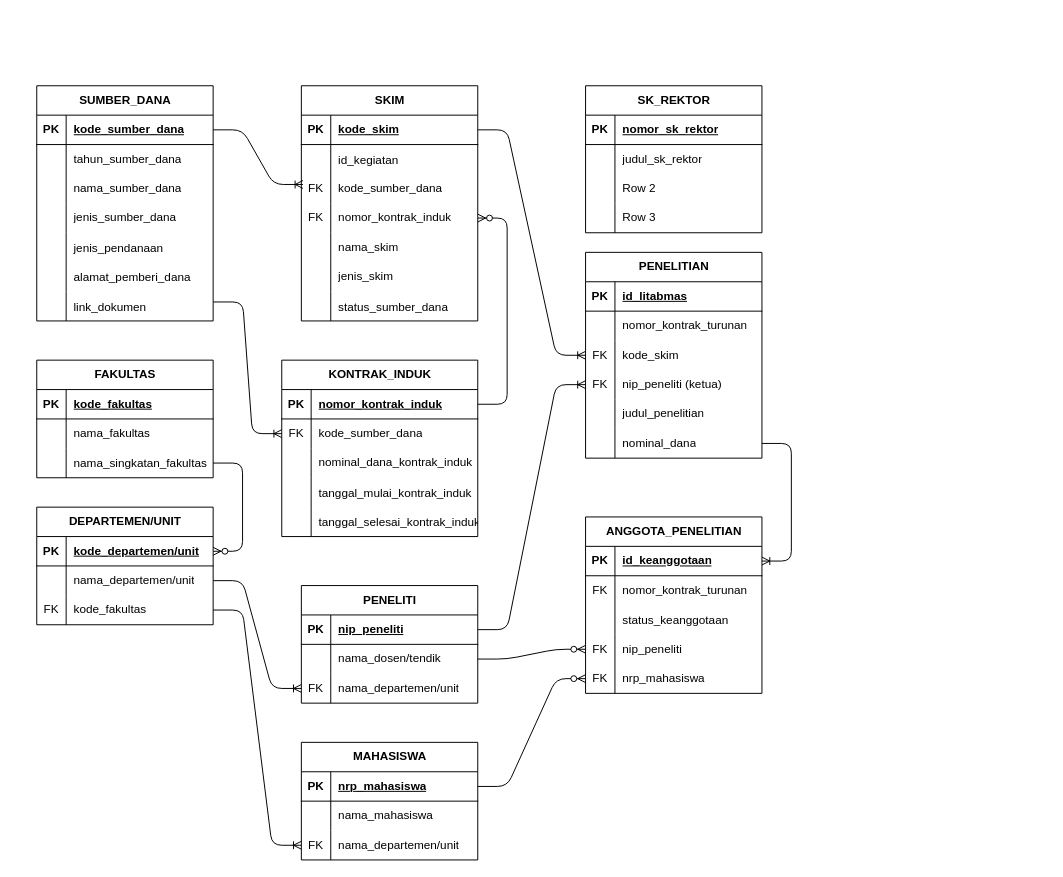
Above: ERD Monitoring Program.drawio in krizal8749-ops/Ideabox (draw.io), before the change. Source tidied: cells renumbered, new cells numbered last; positions are measured from the earlier drawing's top-left corner, leaving out a move shared by most shapes. Both pictures are drawn from the tidied source at 98%, with x=0, y=0 at pixel (36, 85).
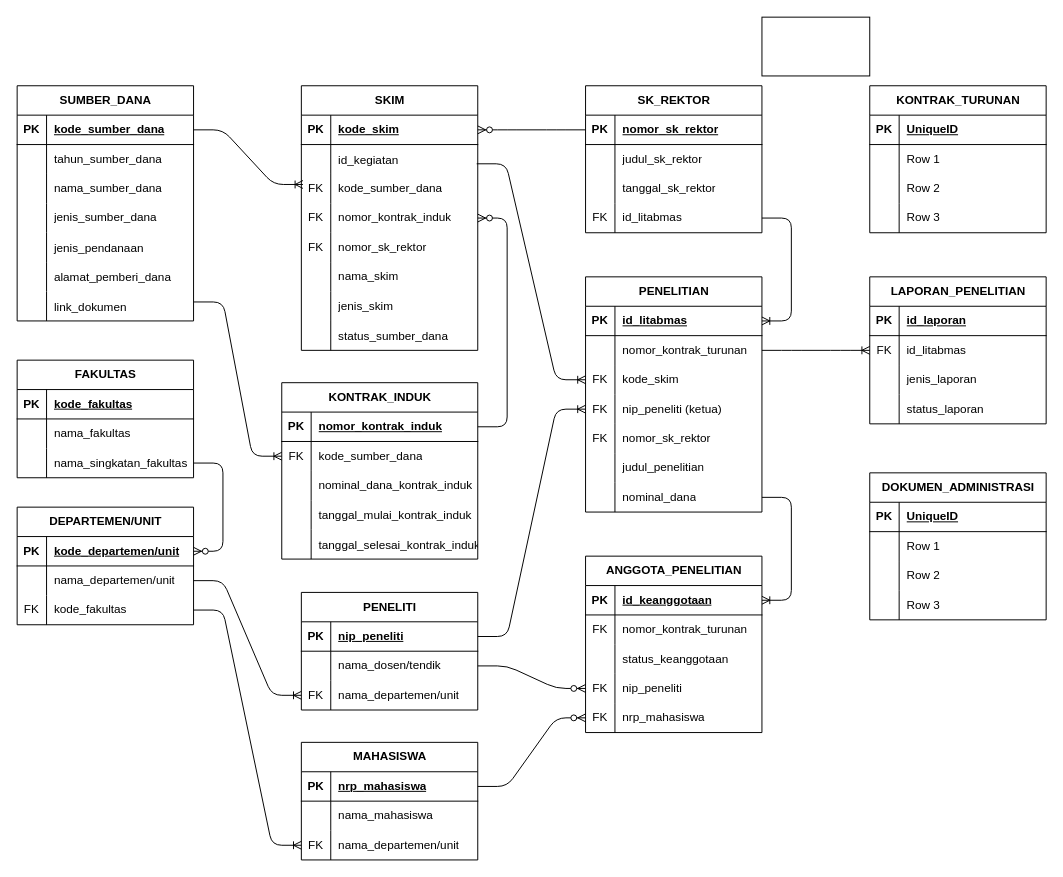
After the change.

Unchanged cells that the change refers to:
```xml
<mxCell id="25" style="shape=tableRow;horizontal=0;startSize=0;swimlaneHead=0;swimlaneBody=0;fillColor=none;points=[[0,0.5],[1,0.5]];portConstraint=eastwest;top=0;left=0;right=0;bottom=1;" parent="24" vertex="1">
  <mxGeometry y="30" width="180" height="30" as="geometry" />
</mxCell>
<mxCell id="28" style="shape=tableRow;horizontal=0;startSize=0;swimlaneHead=0;swimlaneBody=0;fillColor=none;points=[[0,0.5],[1,0.5]];portConstraint=eastwest;top=0;left=0;right=0;bottom=0;" parent="24" vertex="1">
  <mxGeometry y="60" width="180" height="30" as="geometry" />
</mxCell>
<mxCell id="66" style="shape=tableRow;horizontal=0;startSize=0;swimlaneHead=0;swimlaneBody=0;fillColor=none;points=[[0,0.5],[1,0.5]];portConstraint=eastwest;top=0;left=0;right=0;bottom=1;" parent="65" vertex="1">
  <mxGeometry y="30" width="180" height="30" as="geometry" />
</mxCell>
<mxCell id="69" style="shape=tableRow;horizontal=0;startSize=0;swimlaneHead=0;swimlaneBody=0;fillColor=none;points=[[0,0.5],[1,0.5]];portConstraint=eastwest;top=0;left=0;right=0;bottom=0;" parent="65" vertex="1">
  <mxGeometry y="60" width="180" height="30" as="geometry" />
</mxCell>
<mxCell id="72" style="shape=tableRow;horizontal=0;startSize=0;swimlaneHead=0;swimlaneBody=0;fillColor=none;points=[[0,0.5],[1,0.5]];portConstraint=eastwest;top=0;left=0;right=0;bottom=0;" parent="65" vertex="1">
  <mxGeometry y="90" width="180" height="30" as="geometry" />
</mxCell>
<mxCell id="148" value="SK_REKTOR" style="shape=table;startSize=30;childLayout=tableLayout;rowLines=0;fontStyle=1;align=center;html=1;" parent="1" vertex="1">
  <mxGeometry x="560" width="180" height="150" as="geometry" />
</mxCell>
<mxCell id="149" style="shape=tableRow;horizontal=0;startSize=0;swimlaneHead=0;swimlaneBody=0;fillColor=none;points=[[0,0.5],[1,0.5]];portConstraint=eastwest;top=0;left=0;right=0;bottom=1;" parent="148" vertex="1">
  <mxGeometry y="30" width="180" height="30" as="geometry" />
</mxCell>
<mxCell id="155" style="shape=tableRow;horizontal=0;startSize=0;swimlaneHead=0;swimlaneBody=0;fillColor=none;top=0;left=0;right=0;bottom=0;" parent="148" vertex="1">
  <mxGeometry y="90" width="180" height="30" as="geometry" />
</mxCell>
```

What changed in the source:
```diff
@@
     <mxCell id="2" value="SUMBER_DANA" style="shape=table;startSize=30;childLayout=tableLayout;rowLines=0;fontStyle=1;align=center;html=1;" parent="1" vertex="1">
-      <mxGeometry width="180" height="240" as="geometry" />
+      <mxGeometry x="-20" width="180" height="240" as="geometry" />
     </mxCell>
@@
     <mxCell id="24" value="SKIM" style="shape=table;startSize=30;childLayout=tableLayout;rowLines=0;fontStyle=1;align=center;html=1;" parent="1" vertex="1">
-      <mxGeometry x="270" width="180" height="240" as="geometry" />
+      <mxGeometry x="270" width="180" height="270" as="geometry" />
     </mxCell>
@@
+    <mxCell id="161" style="shape=tableRow;horizontal=0;startSize=0;swimlaneHead=0;swimlaneBody=0;fillColor=none;top=0;left=0;right=0;bottom=0;" parent="24" vertex="1">
+      <mxGeometry y="150" width="180" height="30" as="geometry" />
+    </mxCell>
+    <mxCell id="162" value="FK" style="shape=partialRectangle;fillColor=none;top=0;left=0;bottom=0;right=0;fontStyle=0;overflow=hidden;whiteSpace=wrap;html=1;" parent="161" vertex="1">
+      <mxGeometry width="30" height="30" as="geometry" />
+    </mxCell>
+    <mxCell id="163" value="nomor_sk_rektor" style="shape=partialRectangle;fillColor=none;top=0;left=0;bottom=0;right=0;align=left;spacingLeft=6;fontStyle=0;overflow=hidden;whiteSpace=wrap;html=1;" parent="161" vertex="1">
+      <mxGeometry x="30" width="150" height="30" as="geometry" />
+    </mxCell>
     <mxCell id="37" style="shape=tableRow;horizontal=0;startSize=0;swimlaneHead=0;swimlaneBody=0;fillColor=none;top=0;left=0;right=0;bottom=0;" parent="24" vertex="1">
-      <mxGeometry y="150" width="180" height="30" as="geometry" />
+      <mxGeometry y="180" width="180" height="30" as="geometry" />
     </mxCell>
@@
     <mxCell id="40" style="shape=tableRow;horizontal=0;startSize=0;swimlaneHead=0;swimlaneBody=0;fillColor=none;top=0;left=0;right=0;bottom=0;" parent="24" vertex="1">
-      <mxGeometry y="180" width="180" height="30" as="geometry" />
+      <mxGeometry y="210" width="180" height="30" as="geometry" />
     </mxCell>
@@
     <mxCell id="43" style="shape=tableRow;horizontal=0;startSize=0;swimlaneHead=0;swimlaneBody=0;fillColor=none;top=0;left=0;right=0;bottom=0;" parent="24" vertex="1">
-      <mxGeometry y="210" width="180" height="30" as="geometry" />
+      <mxGeometry y="240" width="180" height="30" as="geometry" />
     </mxCell>
@@
     <mxCell id="47" value="KONTRAK_INDUK" style="shape=table;startSize=30;childLayout=tableLayout;rowLines=0;fontStyle=1;align=center;html=1;" parent="1" vertex="1">
-      <mxGeometry x="250" y="280" width="200" height="180" as="geometry" />
+      <mxGeometry x="250" y="303" width="200" height="180" as="geometry" />
     </mxCell>
@@
     <mxCell id="65" value="PENELITIAN" style="shape=table;startSize=30;childLayout=tableLayout;rowLines=0;fontStyle=1;align=center;html=1;" parent="1" vertex="1">
-      <mxGeometry x="560" y="170" width="180" height="210" as="geometry" />
+      <mxGeometry x="560" y="195" width="180" height="240" as="geometry" />
     </mxCell>
@@
+    <mxCell id="164" style="shape=tableRow;horizontal=0;startSize=0;swimlaneHead=0;swimlaneBody=0;fillColor=none;top=0;left=0;right=0;bottom=0;" parent="65" vertex="1">
+      <mxGeometry y="150" width="180" height="30" as="geometry" />
+    </mxCell>
+    <mxCell id="165" value="FK" style="shape=partialRectangle;fillColor=none;top=0;left=0;bottom=0;right=0;fontStyle=0;overflow=hidden;whiteSpace=wrap;html=1;" parent="164" vertex="1">
+      <mxGeometry width="30" height="30" as="geometry" />
+    </mxCell>
+    <mxCell id="166" value="nomor_sk_rektor" style="shape=partialRectangle;fillColor=none;top=0;left=0;bottom=0;right=0;align=left;spacingLeft=6;fontStyle=0;overflow=hidden;whiteSpace=wrap;html=1;" parent="164" vertex="1">
+      <mxGeometry x="30" width="150" height="30" as="geometry" />
+    </mxCell>
     <mxCell id="78" style="shape=tableRow;horizontal=0;startSize=0;swimlaneHead=0;swimlaneBody=0;fillColor=none;top=0;left=0;right=0;bottom=0;" parent="65" vertex="1">
-      <mxGeometry y="150" width="180" height="30" as="geometry" />
+      <mxGeometry y="180" width="180" height="30" as="geometry" />
     </mxCell>
@@
     <mxCell id="81" style="shape=tableRow;horizontal=0;startSize=0;swimlaneHead=0;swimlaneBody=0;fillColor=none;points=[[0,0.5],[1,0.5]];portConstraint=eastwest;top=0;left=0;right=0;bottom=0;" parent="65" vertex="1">
-      <mxGeometry y="180" width="180" height="30" as="geometry" />
+      <mxGeometry y="210" width="180" height="30" as="geometry" />
     </mxCell>
@@
-    <mxCell id="84" style="edgeStyle=entityRelationEdgeStyle;fontSize=12;html=1;endArrow=ERoneToMany;rounded=1;defaultLabelBackgroundColor=page;entryX=0;entryY=0.5;entryDx=0;entryDy=0;exitX=1;exitY=0.5;exitDx=0;exitDy=0;curved=0;" parent="1" edge="1" source="25" target="72">
+    <mxCell id="84" style="edgeStyle=entityRelationEdgeStyle;fontSize=12;html=1;endArrow=ERoneToMany;rounded=1;defaultLabelBackgroundColor=page;entryX=0;entryY=0.5;entryDx=0;entryDy=0;exitX=0.994;exitY=0.655;exitDx=0;exitDy=0;curved=0;exitPerimeter=0;" parent="1" edge="1" source="28" target="72">
       <mxGeometry relative="1" as="geometry" />
     </mxCell>
     <mxCell id="85" value="PENELITI" style="shape=table;startSize=30;childLayout=tableLayout;rowLines=0;fontStyle=1;align=center;html=1;" parent="1" vertex="1">
-      <mxGeometry x="270" y="510" width="180" height="120" as="geometry" />
+      <mxGeometry x="270" y="517" width="180" height="120" as="geometry" />
     </mxCell>
@@
     <mxCell id="95" value="ANGGOTA_PENELITIAN" style="shape=table;startSize=30;childLayout=tableLayout;rowLines=0;fontStyle=1;align=center;html=1;" parent="1" vertex="1">
-      <mxGeometry x="560" y="440" width="180" height="180" as="geometry" />
+      <mxGeometry x="560" y="480" width="180" height="180" as="geometry" />
     </mxCell>
@@
     <mxCell id="112" value="DEPARTEMEN/UNIT" style="shape=table;startSize=30;childLayout=tableLayout;rowLines=0;fontStyle=1;align=center;html=1;" parent="1" vertex="1">
-      <mxGeometry y="430" width="180" height="120" as="geometry" />
+      <mxGeometry x="-20" y="430" width="180" height="120" as="geometry" />
     </mxCell>
@@
     <mxCell id="122" value="FAKULTAS" style="shape=table;startSize=30;childLayout=tableLayout;rowLines=0;fontStyle=1;align=center;html=1;" parent="1" vertex="1">
-      <mxGeometry y="280" width="180" height="120" as="geometry" />
+      <mxGeometry x="-20" y="280" width="180" height="120" as="geometry" />
     </mxCell>
@@
-    <mxCell id="157" value="Row 2" style="shape=partialRectangle;fillColor=none;top=0;left=0;bottom=0;right=0;align=left;spacingLeft=6;overflow=hidden;whiteSpace=wrap;html=1;" parent="155" vertex="1">
+    <mxCell id="157" value="tanggal_sk_rektor" style="shape=partialRectangle;fillColor=none;top=0;left=0;bottom=0;right=0;align=left;spacingLeft=6;overflow=hidden;whiteSpace=wrap;html=1;" parent="155" vertex="1">
       <mxGeometry x="30" width="150" height="30" as="geometry" />
     </mxCell>
-    <mxCell id="158" style="shape=tableRow;horizontal=0;startSize=0;swimlaneHead=0;swimlaneBody=0;fillColor=none;top=0;left=0;right=0;bottom=0;" parent="148" vertex="1">
-      <mxGeometry y="120" width="180" height="30" as="geometry" />
-    </mxCell>
-    <mxCell id="159" style="shape=partialRectangle;fillColor=none;top=0;left=0;bottom=0;right=0;overflow=hidden;whiteSpace=wrap;html=1;" parent="158" vertex="1">
-      <mxGeometry width="30" height="30" as="geometry" />
-    </mxCell>
-    <mxCell id="160" value="Row 3" style="shape=partialRectangle;fillColor=none;top=0;left=0;bottom=0;right=0;align=left;spacingLeft=6;overflow=hidden;whiteSpace=wrap;html=1;" parent="158" vertex="1">
-      <mxGeometry x="30" width="150" height="30" as="geometry" />
-    </mxCell>
+    <mxCell id="167" style="shape=tableRow;horizontal=0;startSize=0;swimlaneHead=0;swimlaneBody=0;fillColor=none;points=[[0,0.5],[1,0.5]];portConstraint=eastwest;top=0;left=0;right=0;bottom=0;" parent="148" vertex="1">
+      <mxGeometry y="120" width="180" height="30" as="geometry" />
+    </mxCell>
+    <mxCell id="168" value="FK" style="shape=partialRectangle;fillColor=none;top=0;left=0;bottom=0;right=0;fontStyle=0;overflow=hidden;whiteSpace=wrap;html=1;" parent="167" vertex="1">
+      <mxGeometry width="30" height="30" as="geometry" />
+    </mxCell>
+    <mxCell id="169" value="id_litabmas" style="shape=partialRectangle;fillColor=none;top=0;left=0;bottom=0;right=0;align=left;spacingLeft=6;fontStyle=0;overflow=hidden;whiteSpace=wrap;html=1;" parent="167" vertex="1">
+      <mxGeometry x="30" width="150" height="30" as="geometry" />
+    </mxCell>
+    <mxCell id="170" style="edgeStyle=entityRelationEdgeStyle;fontSize=12;html=1;endArrow=ERoneToMany;rounded=1;defaultLabelBackgroundColor=page;entryX=1;entryY=0.5;entryDx=0;entryDy=0;curved=0;" parent="1" edge="1" source="167" target="66">
+      <mxGeometry relative="1" as="geometry" />
+    </mxCell>
+    <mxCell id="171" style="edgeStyle=entityRelationEdgeStyle;fontSize=12;html=1;endArrow=ERzeroToMany;endFill=1;rounded=1;defaultLabelBackgroundColor=page;exitX=0;exitY=0.5;exitDx=0;exitDy=0;entryX=1;entryY=0.5;entryDx=0;entryDy=0;curved=0;" parent="1" edge="1" source="149" target="25">
+      <mxGeometry relative="1" as="geometry" />
+    </mxCell>
+    <mxCell id="172" value="LAPORAN_PENELITIAN" style="shape=table;startSize=30;childLayout=tableLayout;rowLines=0;fontStyle=1;align=center;html=1;" parent="1" vertex="1">
+      <mxGeometry x="850" y="195" width="180" height="150" as="geometry" />
+    </mxCell>
+    <mxCell id="173" style="shape=tableRow;horizontal=0;startSize=0;swimlaneHead=0;swimlaneBody=0;fillColor=none;top=0;left=0;right=0;bottom=1;" parent="172" vertex="1">
+      <mxGeometry y="30" width="180" height="30" as="geometry" />
+    </mxCell>
+    <mxCell id="174" value="PK" style="shape=partialRectangle;fillColor=none;top=0;left=0;bottom=0;right=0;fontStyle=1;overflow=hidden;whiteSpace=wrap;html=1;" parent="173" vertex="1">
+      <mxGeometry width="30" height="30" as="geometry" />
+    </mxCell>
+    <mxCell id="175" value="id_laporan" style="shape=partialRectangle;fillColor=none;top=0;left=0;bottom=0;right=0;align=left;spacingLeft=6;fontStyle=5;overflow=hidden;whiteSpace=wrap;html=1;" parent="173" vertex="1">
+      <mxGeometry x="30" width="150" height="30" as="geometry" />
+    </mxCell>
+    <mxCell id="176" style="shape=tableRow;horizontal=0;startSize=0;swimlaneHead=0;swimlaneBody=0;fillColor=none;points=[[0,0.5],[1,0.5]];portConstraint=eastwest;top=0;left=0;right=0;bottom=0;" parent="172" vertex="1">
+      <mxGeometry y="60" width="180" height="30" as="geometry" />
+    </mxCell>
+    <mxCell id="177" value="FK" style="shape=partialRectangle;fillColor=none;top=0;left=0;bottom=0;right=0;fontStyle=0;overflow=hidden;whiteSpace=wrap;html=1;" parent="176" vertex="1">
+      <mxGeometry width="30" height="30" as="geometry" />
+    </mxCell>
+    <mxCell id="178" value="id_litabmas" style="shape=partialRectangle;fillColor=none;top=0;left=0;bottom=0;right=0;align=left;spacingLeft=6;fontStyle=0;overflow=hidden;whiteSpace=wrap;html=1;" parent="176" vertex="1">
+      <mxGeometry x="30" width="150" height="30" as="geometry" />
+    </mxCell>
+    <mxCell id="179" style="shape=tableRow;horizontal=0;startSize=0;swimlaneHead=0;swimlaneBody=0;fillColor=none;top=0;left=0;right=0;bottom=0;" parent="172" vertex="1">
+      <mxGeometry y="90" width="180" height="30" as="geometry" />
+    </mxCell>
+    <mxCell id="180" style="shape=partialRectangle;fillColor=none;top=0;left=0;bottom=0;right=0;overflow=hidden;whiteSpace=wrap;html=1;" parent="179" vertex="1">
+      <mxGeometry width="30" height="30" as="geometry" />
+    </mxCell>
+    <mxCell id="181" value="jenis_laporan" style="shape=partialRectangle;fillColor=none;top=0;left=0;bottom=0;right=0;align=left;spacingLeft=6;overflow=hidden;whiteSpace=wrap;html=1;" parent="179" vertex="1">
+      <mxGeometry x="30" width="150" height="30" as="geometry" />
+    </mxCell>
+    <mxCell id="182" style="shape=tableRow;horizontal=0;startSize=0;swimlaneHead=0;swimlaneBody=0;fillColor=none;top=0;left=0;right=0;bottom=0;" parent="172" vertex="1">
+      <mxGeometry y="120" width="180" height="30" as="geometry" />
+    </mxCell>
+    <mxCell id="183" style="shape=partialRectangle;fillColor=none;top=0;left=0;bottom=0;right=0;overflow=hidden;whiteSpace=wrap;html=1;" parent="182" vertex="1">
+      <mxGeometry width="30" height="30" as="geometry" />
+    </mxCell>
+    <mxCell id="184" value="status_laporan" style="shape=partialRectangle;fillColor=none;top=0;left=0;bottom=0;right=0;align=left;spacingLeft=6;overflow=hidden;whiteSpace=wrap;html=1;" parent="182" vertex="1">
+      <mxGeometry x="30" width="150" height="30" as="geometry" />
+    </mxCell>
+    <mxCell id="185" value="DOKUMEN_ADMINISTRASI" style="shape=table;startSize=30;childLayout=tableLayout;rowLines=0;fontStyle=1;align=center;html=1;" parent="1" vertex="1">
+      <mxGeometry x="850" y="395" width="180" height="150" as="geometry" />
+    </mxCell>
+    <mxCell id="186" style="shape=tableRow;horizontal=0;startSize=0;swimlaneHead=0;swimlaneBody=0;fillColor=none;top=0;left=0;right=0;bottom=1;" parent="185" vertex="1">
+      <mxGeometry y="30" width="180" height="30" as="geometry" />
+    </mxCell>
+    <mxCell id="187" value="PK" style="shape=partialRectangle;fillColor=none;top=0;left=0;bottom=0;right=0;fontStyle=1;overflow=hidden;whiteSpace=wrap;html=1;" parent="186" vertex="1">
+      <mxGeometry width="30" height="30" as="geometry" />
+    </mxCell>
+    <mxCell id="188" value="UniqueID" style="shape=partialRectangle;fillColor=none;top=0;left=0;bottom=0;right=0;align=left;spacingLeft=6;fontStyle=5;overflow=hidden;whiteSpace=wrap;html=1;" parent="186" vertex="1">
+      <mxGeometry x="30" width="150" height="30" as="geometry" />
+    </mxCell>
+    <mxCell id="189" style="shape=tableRow;horizontal=0;startSize=0;swimlaneHead=0;swimlaneBody=0;fillColor=none;top=0;left=0;right=0;bottom=0;" parent="185" vertex="1">
+      <mxGeometry y="60" width="180" height="30" as="geometry" />
+    </mxCell>
+    <mxCell id="190" style="shape=partialRectangle;fillColor=none;top=0;left=0;bottom=0;right=0;overflow=hidden;whiteSpace=wrap;html=1;" parent="189" vertex="1">
+      <mxGeometry width="30" height="30" as="geometry" />
+    </mxCell>
+    <mxCell id="191" value="Row 1" style="shape=partialRectangle;fillColor=none;top=0;left=0;bottom=0;right=0;align=left;spacingLeft=6;overflow=hidden;whiteSpace=wrap;html=1;" parent="189" vertex="1">
+      <mxGeometry x="30" width="150" height="30" as="geometry" />
+    </mxCell>
+    <mxCell id="192" style="shape=tableRow;horizontal=0;startSize=0;swimlaneHead=0;swimlaneBody=0;fillColor=none;top=0;left=0;right=0;bottom=0;" parent="185" vertex="1">
+      <mxGeometry y="90" width="180" height="30" as="geometry" />
+    </mxCell>
+    <mxCell id="193" style="shape=partialRectangle;fillColor=none;top=0;left=0;bottom=0;right=0;overflow=hidden;whiteSpace=wrap;html=1;" parent="192" vertex="1">
+      <mxGeometry width="30" height="30" as="geometry" />
+    </mxCell>
+    <mxCell id="194" value="Row 2" style="shape=partialRectangle;fillColor=none;top=0;left=0;bottom=0;right=0;align=left;spacingLeft=6;overflow=hidden;whiteSpace=wrap;html=1;" parent="192" vertex="1">
+      <mxGeometry x="30" width="150" height="30" as="geometry" />
+    </mxCell>
+    <mxCell id="195" style="shape=tableRow;horizontal=0;startSize=0;swimlaneHead=0;swimlaneBody=0;fillColor=none;top=0;left=0;right=0;bottom=0;" parent="185" vertex="1">
+      <mxGeometry y="120" width="180" height="30" as="geometry" />
+    </mxCell>
+    <mxCell id="196" style="shape=partialRectangle;fillColor=none;top=0;left=0;bottom=0;right=0;overflow=hidden;whiteSpace=wrap;html=1;" parent="195" vertex="1">
+      <mxGeometry width="30" height="30" as="geometry" />
+    </mxCell>
+    <mxCell id="197" value="Row 3" style="shape=partialRectangle;fillColor=none;top=0;left=0;bottom=0;right=0;align=left;spacingLeft=6;overflow=hidden;whiteSpace=wrap;html=1;" parent="195" vertex="1">
+      <mxGeometry x="30" width="150" height="30" as="geometry" />
+    </mxCell>
+    <mxCell id="198" style="rounded=0;whiteSpace=wrap;html=1;" parent="1" vertex="1">
+      <mxGeometry x="740" y="-70" width="110" height="60" as="geometry" />
+    </mxCell>
+    <mxCell id="199" style="edgeStyle=entityRelationEdgeStyle;fontSize=12;html=1;endArrow=ERoneToMany;rounded=1;defaultLabelBackgroundColor=page;exitX=1;exitY=0.5;exitDx=0;exitDy=0;entryX=0;entryY=0.5;entryDx=0;entryDy=0;curved=0;" parent="1" edge="1" source="69" target="176">
+      <mxGeometry relative="1" as="geometry" />
+    </mxCell>
+    <mxCell id="200" value="KONTRAK_TURUNAN" style="shape=table;startSize=30;childLayout=tableLayout;rowLines=0;fontStyle=1;align=center;html=1;" parent="1" vertex="1">
+      <mxGeometry x="850" width="180" height="150" as="geometry" />
+    </mxCell>
+    <mxCell id="201" style="shape=tableRow;horizontal=0;startSize=0;swimlaneHead=0;swimlaneBody=0;fillColor=none;top=0;left=0;right=0;bottom=1;" parent="200" vertex="1">
+      <mxGeometry y="30" width="180" height="30" as="geometry" />
+    </mxCell>
+    <mxCell id="202" value="PK" style="shape=partialRectangle;fillColor=none;top=0;left=0;bottom=0;right=0;fontStyle=1;overflow=hidden;whiteSpace=wrap;html=1;" parent="201" vertex="1">
+      <mxGeometry width="30" height="30" as="geometry" />
+    </mxCell>
+    <mxCell id="203" value="UniqueID" style="shape=partialRectangle;fillColor=none;top=0;left=0;bottom=0;right=0;align=left;spacingLeft=6;fontStyle=5;overflow=hidden;whiteSpace=wrap;html=1;" parent="201" vertex="1">
+      <mxGeometry x="30" width="150" height="30" as="geometry" />
+    </mxCell>
+    <mxCell id="204" style="shape=tableRow;horizontal=0;startSize=0;swimlaneHead=0;swimlaneBody=0;fillColor=none;top=0;left=0;right=0;bottom=0;" parent="200" vertex="1">
+      <mxGeometry y="60" width="180" height="30" as="geometry" />
+    </mxCell>
+    <mxCell id="205" style="shape=partialRectangle;fillColor=none;top=0;left=0;bottom=0;right=0;overflow=hidden;whiteSpace=wrap;html=1;" parent="204" vertex="1">
+      <mxGeometry width="30" height="30" as="geometry" />
+    </mxCell>
+    <mxCell id="206" value="Row 1" style="shape=partialRectangle;fillColor=none;top=0;left=0;bottom=0;right=0;align=left;spacingLeft=6;overflow=hidden;whiteSpace=wrap;html=1;" parent="204" vertex="1">
+      <mxGeometry x="30" width="150" height="30" as="geometry" />
+    </mxCell>
+    <mxCell id="207" style="shape=tableRow;horizontal=0;startSize=0;swimlaneHead=0;swimlaneBody=0;fillColor=none;top=0;left=0;right=0;bottom=0;" parent="200" vertex="1">
+      <mxGeometry y="90" width="180" height="30" as="geometry" />
+    </mxCell>
+    <mxCell id="208" style="shape=partialRectangle;fillColor=none;top=0;left=0;bottom=0;right=0;overflow=hidden;whiteSpace=wrap;html=1;" parent="207" vertex="1">
+      <mxGeometry width="30" height="30" as="geometry" />
+    </mxCell>
+    <mxCell id="209" value="Row 2" style="shape=partialRectangle;fillColor=none;top=0;left=0;bottom=0;right=0;align=left;spacingLeft=6;overflow=hidden;whiteSpace=wrap;html=1;" parent="207" vertex="1">
+      <mxGeometry x="30" width="150" height="30" as="geometry" />
+    </mxCell>
+    <mxCell id="210" style="shape=tableRow;horizontal=0;startSize=0;swimlaneHead=0;swimlaneBody=0;fillColor=none;top=0;left=0;right=0;bottom=0;" parent="200" vertex="1">
+      <mxGeometry y="120" width="180" height="30" as="geometry" />
+    </mxCell>
+    <mxCell id="211" style="shape=partialRectangle;fillColor=none;top=0;left=0;bottom=0;right=0;overflow=hidden;whiteSpace=wrap;html=1;" parent="210" vertex="1">
+      <mxGeometry width="30" height="30" as="geometry" />
+    </mxCell>
+    <mxCell id="212" value="Row 3" style="shape=partialRectangle;fillColor=none;top=0;left=0;bottom=0;right=0;align=left;spacingLeft=6;overflow=hidden;whiteSpace=wrap;html=1;" parent="210" vertex="1">
+      <mxGeometry x="30" width="150" height="30" as="geometry" />
+    </mxCell>
```
